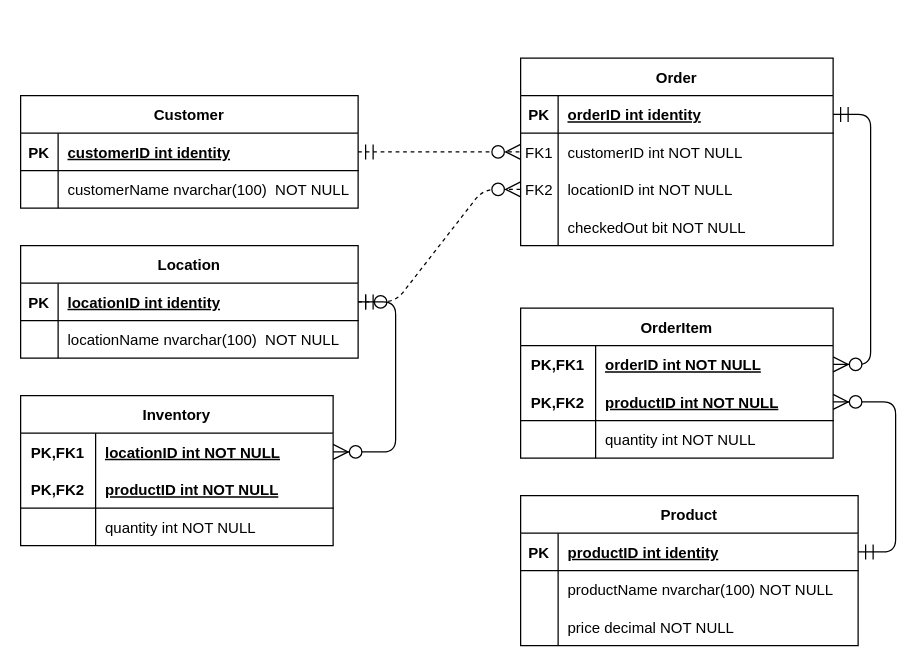
The draw.io diagram doc/erdiagram.drawio in 210215-USF-NET/Alan_Libby-P0, before the edit. Source tidied: cells renumbered, new cells numbered last; positions are measured from the earlier drawing's top-left corner, leaving out a move shared by most shapes. Both pictures are drawn from the tidied source at 125%, with x=0, y=0 at pixel (20, 58).
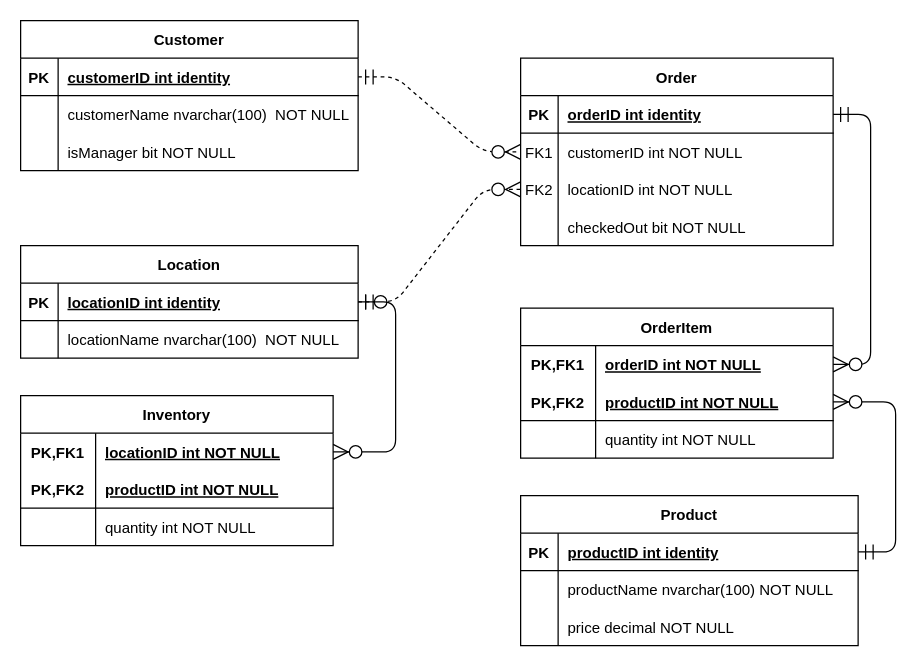
The same diagram, later.

Commit message (it also covers changes not shown here):
Change e-r diagram to reflect changes to db schema

Diff of the diagram source:
```diff
@@
     <mxCell id="15" value="Customer" style="shape=table;startSize=30;childLayout=tableLayout;rowLines=0;fontStyle=1;align=center;" parent="1" vertex="1">
-      <mxGeometry y="30" width="270" height="90" as="geometry" />
+      <mxGeometry y="-30" width="270" height="120" as="geometry" />
     </mxCell>
@@
+    <mxCell id="64" style="shape=partialRectangle;fillColor=none;top=0;left=0;right=0;bottom=0;" parent="15" vertex="1">
+      <mxGeometry y="90" width="270" height="30" as="geometry" />
+    </mxCell>
+    <mxCell id="65" style="shape=partialRectangle;overflow=hidden;fillColor=none;top=0;left=0;bottom=0;right=0;" parent="64" vertex="1">
+      <mxGeometry width="30" height="30" as="geometry" />
+    </mxCell>
+    <mxCell id="66" value="isManager bit NOT NULL" style="shape=partialRectangle;overflow=hidden;fillColor=none;top=0;left=0;bottom=0;right=0;align=left;spacingLeft=6;" parent="64" vertex="1">
+      <mxGeometry x="30" width="240" height="30" as="geometry" />
+    </mxCell>
```
